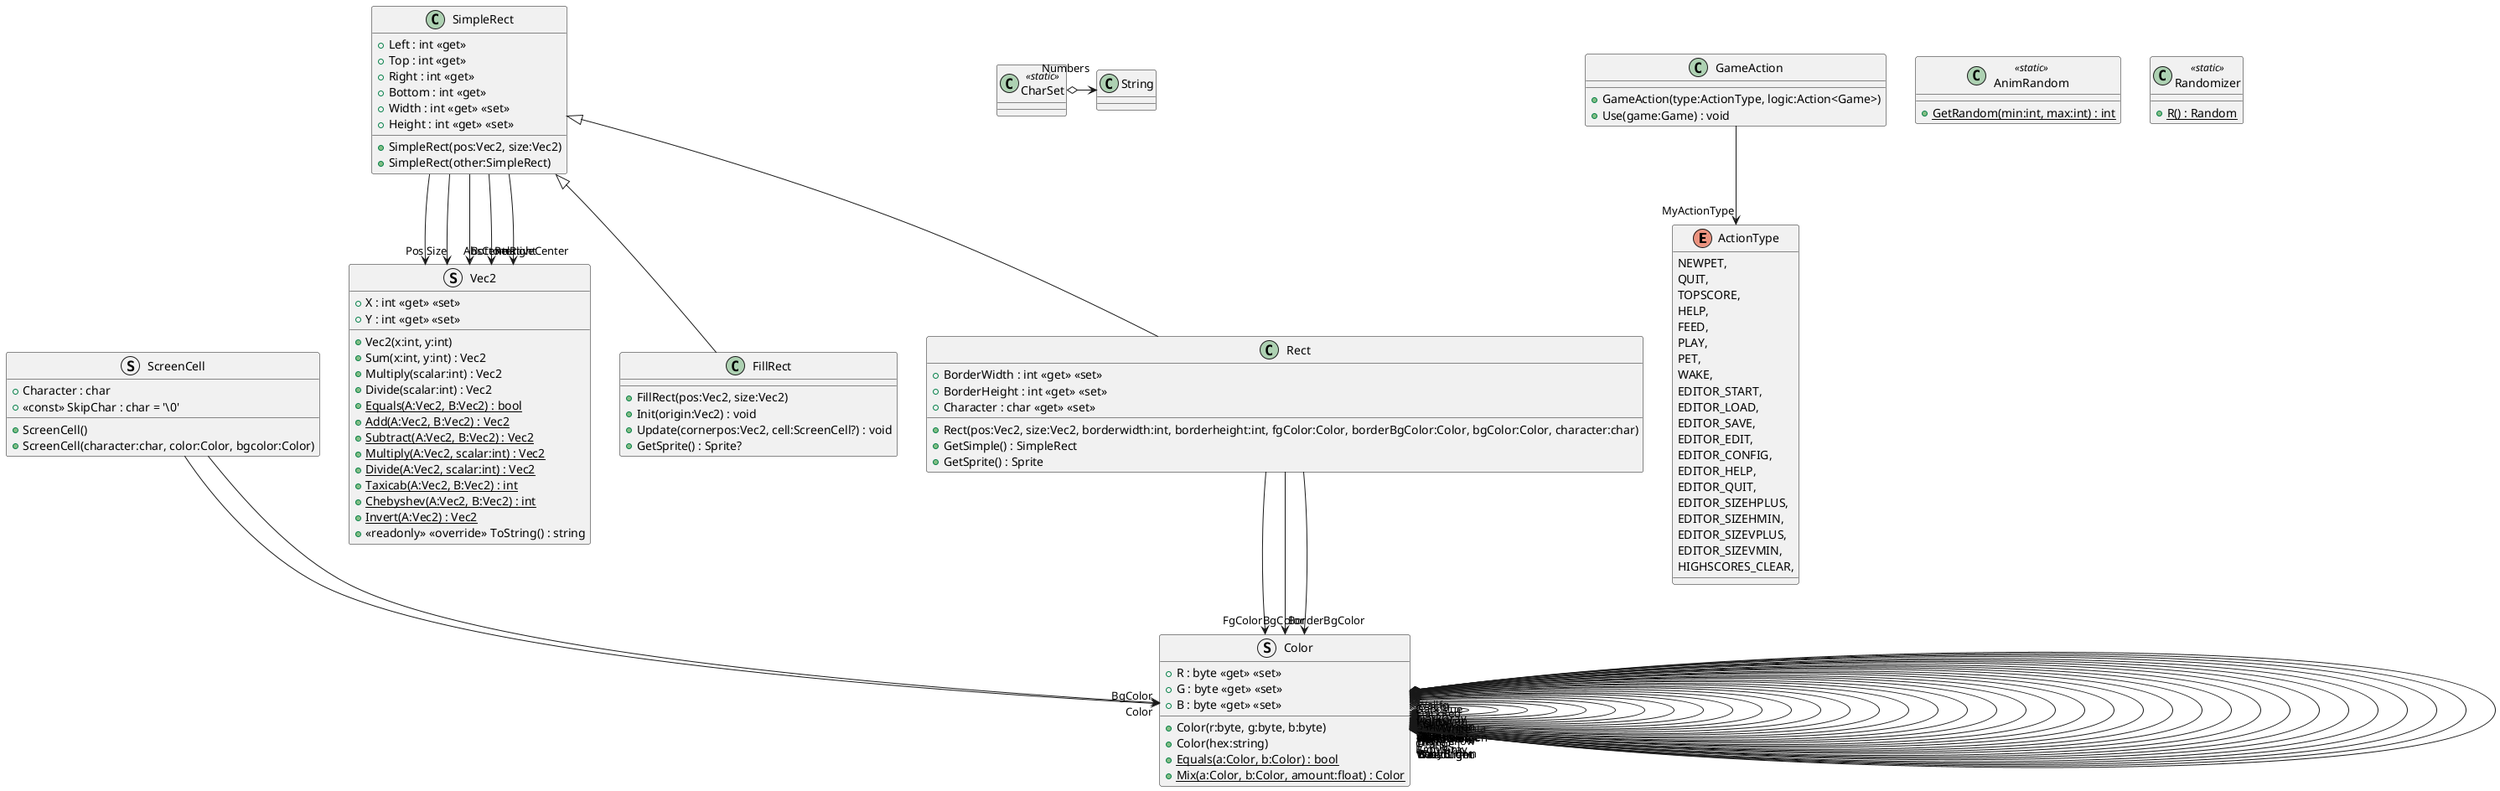
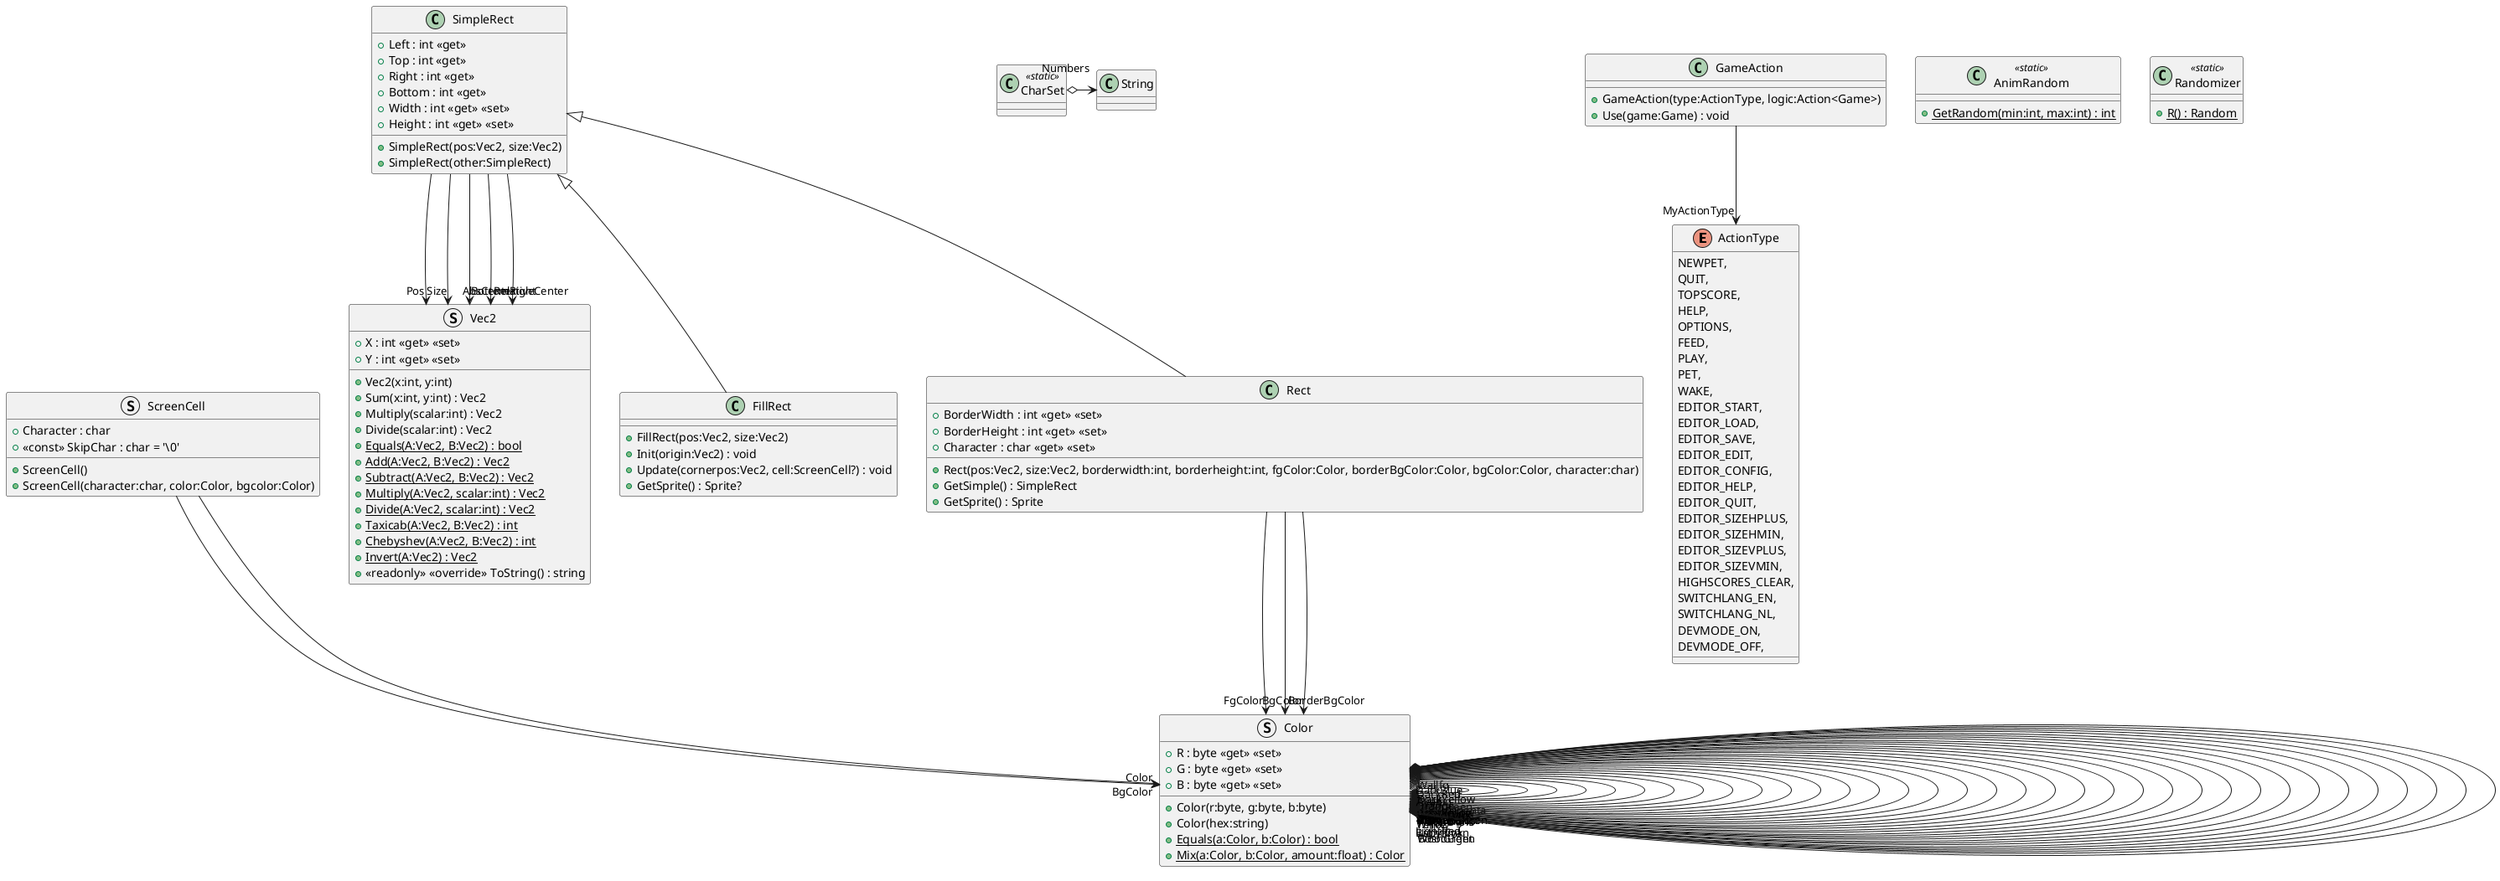
@startuml
enum ActionType {
    NEWPET,
    QUIT,
    TOPSCORE,
    HELP,
+     OPTIONS,
    FEED,
    PLAY,
    PET,
    WAKE,
    EDITOR_START,
    EDITOR_LOAD,
    EDITOR_SAVE,
    EDITOR_EDIT,
    EDITOR_CONFIG,
    EDITOR_HELP,
    EDITOR_QUIT,
    EDITOR_SIZEHPLUS,
    EDITOR_SIZEHMIN,
    EDITOR_SIZEVPLUS,
    EDITOR_SIZEVMIN,
    HIGHSCORES_CLEAR,
+     SWITCHLANG_EN,
+     SWITCHLANG_NL,
+     DEVMODE_ON,
+     DEVMODE_OFF,
}
struct Color {
    + R : byte <<get>> <<set>>
    + G : byte <<get>> <<set>>
    + B : byte <<get>> <<set>>
    + Color(r:byte, g:byte, b:byte)
    + Color(hex:string)
    + {static} Equals(a:Color, b:Color) : bool
    + {static} Mix(a:Color, b:Color, amount:float) : Color
}
struct ScreenCell {
    + Character : char
    + <<const>> SkipChar : char = '\0'
    + ScreenCell()
    + ScreenCell(character:char, color:Color, bgcolor:Color)
}
struct Vec2 {
    + X : int <<get>> <<set>>
    + Y : int <<get>> <<set>>
    + Vec2(x:int, y:int)
    + Sum(x:int, y:int) : Vec2
    + Multiply(scalar:int) : Vec2
    + Divide(scalar:int) : Vec2
    {static} + Equals(A:Vec2, B:Vec2) : bool
    {static} + Add(A:Vec2, B:Vec2) : Vec2
    {static} + Subtract(A:Vec2, B:Vec2) : Vec2
    {static} + Multiply(A:Vec2, scalar:int) : Vec2
    {static} + Divide(A:Vec2, scalar:int) : Vec2
    {static} + Taxicab(A:Vec2, B:Vec2) : int
    {static} + Chebyshev(A:Vec2, B:Vec2) : int
    {static} + Invert(A:Vec2) : Vec2
    + <<readonly>> <<override>> ToString() : string
}
class SimpleRect {
    + Left : int <<get>>
    + Top : int <<get>>
    + Right : int <<get>>
    + Bottom : int <<get>>
    + SimpleRect(pos:Vec2, size:Vec2)
    + SimpleRect(other:SimpleRect)
    + Width : int <<get>> <<set>>
    + Height : int <<get>> <<set>>
}
class FillRect {
    + FillRect(pos:Vec2, size:Vec2)
    + Init(origin:Vec2) : void
    + Update(cornerpos:Vec2, cell:ScreenCell?) : void
    + GetSprite() : Sprite?
}
class Rect {
    + BorderWidth : int <<get>> <<set>>
    + BorderHeight : int <<get>> <<set>>
    + Character : char <<get>> <<set>>
    + Rect(pos:Vec2, size:Vec2, borderwidth:int, borderheight:int, fgColor:Color, borderBgColor:Color, bgColor:Color, character:char)
    + GetSimple() : SimpleRect
    + GetSprite() : Sprite
}
class GameAction {
    + GameAction(type:ActionType, logic:Action<Game>)
    + Use(game:Game) : void
}
class AnimRandom <<static>> {
    + {static} GetRandom(min:int, max:int) : int
}
class CharSet <<static>> {
}
class Randomizer <<static>> {
    + {static} R() : Random
}
Color o-> "Wallfg" Color
Color o-> "Wallbg" Color
Color o-> "Black" Color
Color o-> "DarkBlue" Color
Color o-> "DarkGreen" Color
Color o-> "DarkCyan" Color
Color o-> "DarkRed" Color
Color o-> "DarkMagenta" Color
Color o-> "DarkYellow" Color
Color o-> "Gray" Color
Color o-> "DarkGray" Color
Color o-> "Blue" Color
Color o-> "Green" Color
Color o-> "Cyan" Color
Color o-> "Red" Color
Color o-> "Purple" Color
Color o-> "Magenta" Color
Color o-> "Yellow" Color
Color o-> "Orange" Color
Color o-> "White" Color
Color o-> "LightBlue" Color
Color o-> "LightGreen" Color
Color o-> "LightCyan" Color
Color o-> "LightRed" Color
Color o-> "LightGray" Color
Color o-> "LightYellow" Color
Color o-> "LightOrange" Color
Color o-> "BabyPink" Color
Color o-> "BabyBrown" Color
Color o-> "BabyWhite" Color
Color o-> "GrassGreen" Color
Color o-> "GroundGreen" Color
Color o-> "BushGreen" Color
Color o-> "WoodLight" Color
Color o-> "WoodDark" Color
Color o-> "WaterLight" Color
Color o-> "WaterDark" Color
ScreenCell --> "Color" Color
ScreenCell --> "BgColor" Color
SimpleRect --> "Pos" Vec2
SimpleRect --> "Size" Vec2
SimpleRect --> "BottomRight" Vec2
SimpleRect --> "RelativeCenter" Vec2
SimpleRect --> "AbsCenter" Vec2
SimpleRect <|-- FillRect
SimpleRect <|-- Rect
Rect --> "FgColor" Color
Rect --> "BorderBgColor" Color
Rect --> "BgColor" Color
GameAction --> "MyActionType" ActionType
CharSet o-> "Numbers" String
@enduml
